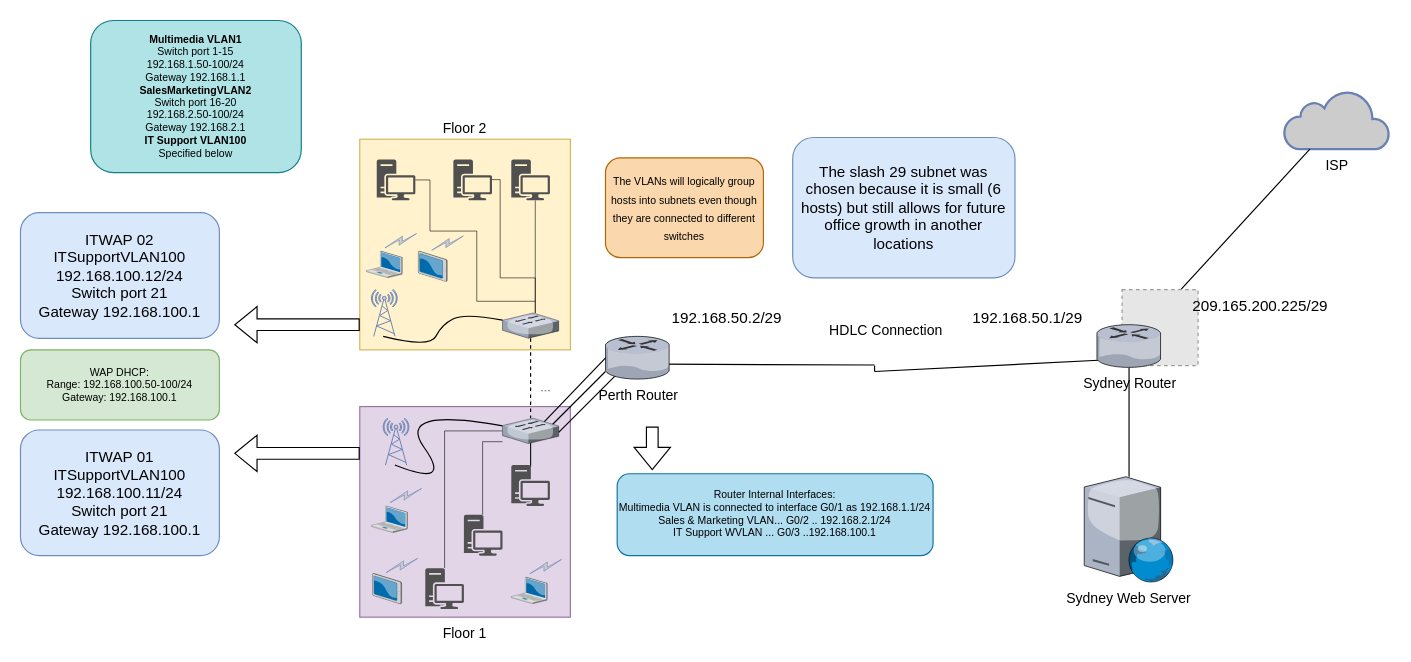
TechWiz-3/Network-Diagrams keeps this draw.io diagram as Case Study Diagram v1.drawio. Above is the earlier version. Source tidied: cells renumbered, new cells numbered last; positions are measured from the earlier drawing's top-left corner, leaving out a move shared by most shapes. Both pictures are drawn from the tidied source at 117%, with x=0, y=0 at pixel (20, 20). Pictures stored in the file or linked from it are replaced by grey dashed boxes.
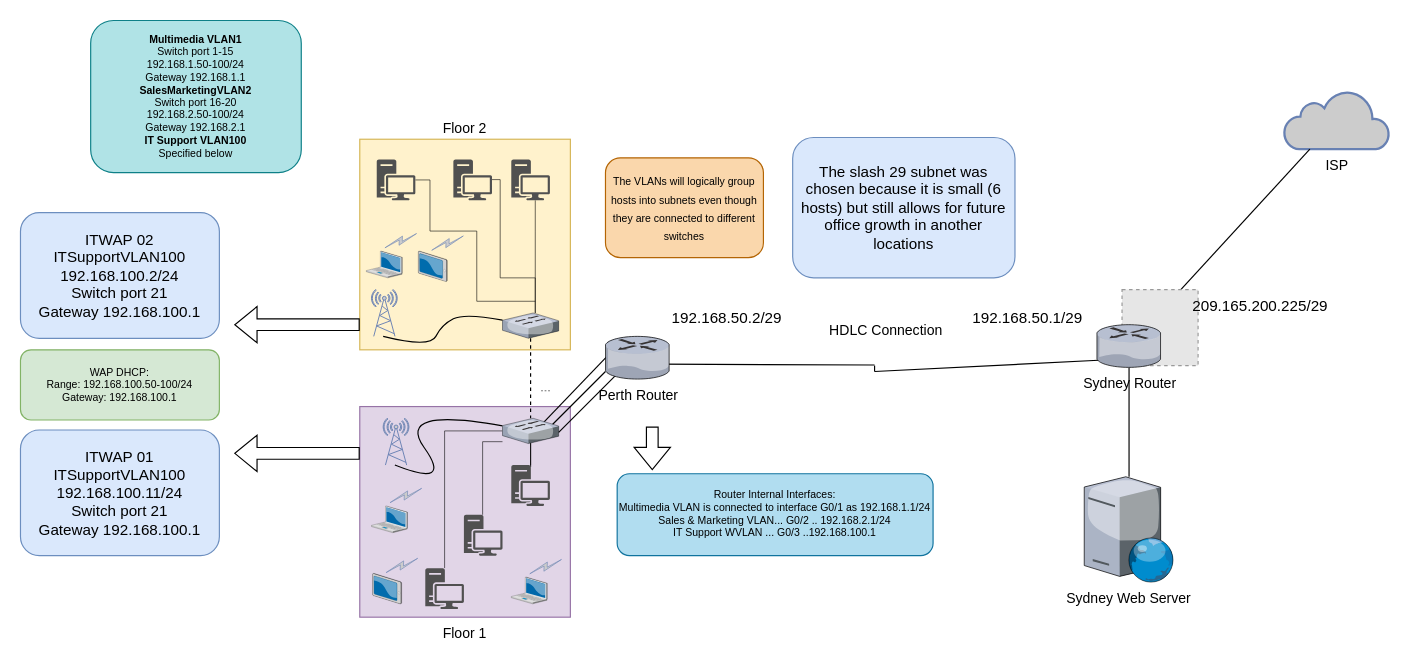
After the change.

Commit message:
i didn't change anything bruh

What changed in the source:
```diff
@@
-    <mxCell id="31" value="ITWAP 02&lt;br&gt;&lt;div&gt;ITSupportVLAN100&lt;/div&gt;&lt;div&gt;192.168.100.12/24&lt;/div&gt;&lt;div&gt;Switch port 21&lt;/div&gt;&lt;div&gt;Gateway 192.168.100.1&lt;br&gt;&lt;/div&gt;" style="rounded=1;whiteSpace=wrap;html=1;fontSize=13;strokeColor=#6c8ebf;fillColor=#dae8fc;" parent="1" vertex="1">
+    <mxCell id="31" value="ITWAP 02&lt;br&gt;&lt;div&gt;ITSupportVLAN100&lt;/div&gt;&lt;div&gt;192.168.100.2/24&lt;/div&gt;&lt;div&gt;Switch port 21&lt;/div&gt;&lt;div&gt;Gateway 192.168.100.1&lt;br&gt;&lt;/div&gt;" style="rounded=1;whiteSpace=wrap;html=1;fontSize=13;strokeColor=#6c8ebf;fillColor=#dae8fc;" parent="1" vertex="1">
       <mxGeometry y="164.3" width="170" height="107.4" as="geometry" />
     </mxCell>
```
